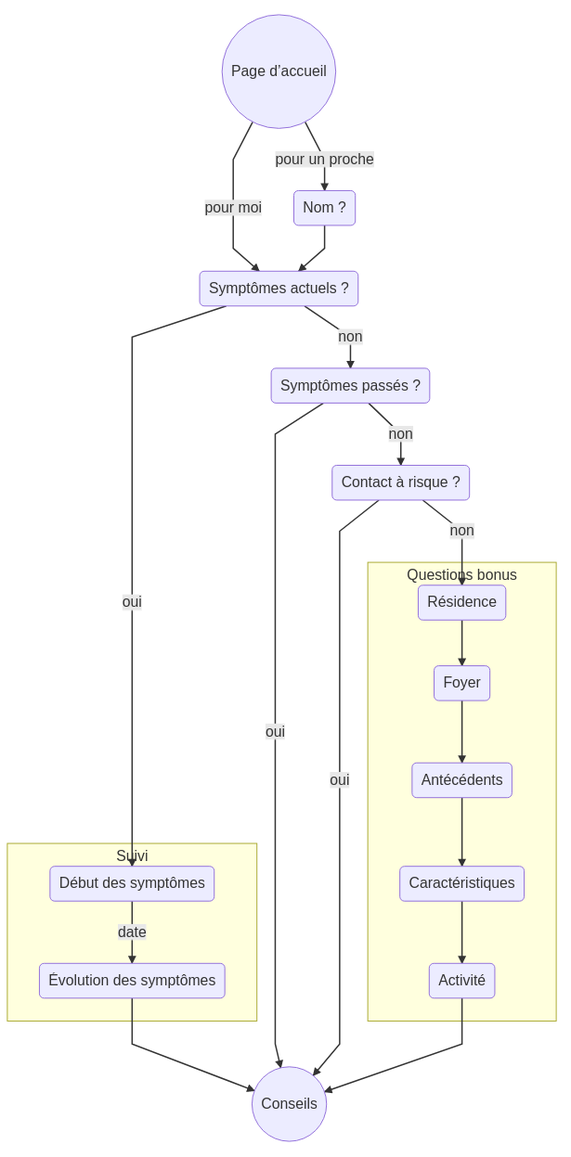
Delegation-numerique-en-sante/mesconseilscovid keeps this Mermaid diagram as diagrammes/parcours.png. Above is the earlier version. Its source is kept beside it as diagrammes/parcours.mermaid. Its diagram source:
```mermaid
graph TD
    introduction(("Page d’accueil")) -->|pour moi| symptomesactuels
    introduction(("Page d’accueil")) -->|pour un proche| nom

    nom("Nom ?") --> symptomesactuels

    symptomesactuels("Symptômes actuels ?")
    symptomesactuels -->|oui| debutsymptomes("Début des symptômes")
    symptomesactuels -->|non| symptomespasses("Symptômes passés ?")

    symptomespasses("Symptômes passés ?")
    symptomespasses -->|oui| conseils((Conseils))
    symptomespasses -->|non| contactarisque("Contact à risque ?")

    contactarisque("Contact à risque ?")
    contactarisque -->|oui| conseils((Conseils))
    contactarisque -->|non| residence(Résidence)

    subgraph Suivi
    debutsymptomes("Début des symptômes") -->|date| suivisymptomes("Évolution des symptômes")
    end

    suivisymptomes --> conseils((Conseils))
    activitepro --> conseils((Conseils))

    subgraph Questions bonus
    residence("Résidence") --> foyer("Foyer") --> antecedents("Antécédents") --> caracteristiques("Caractéristiques") --> activitepro("Activité")
    end
```
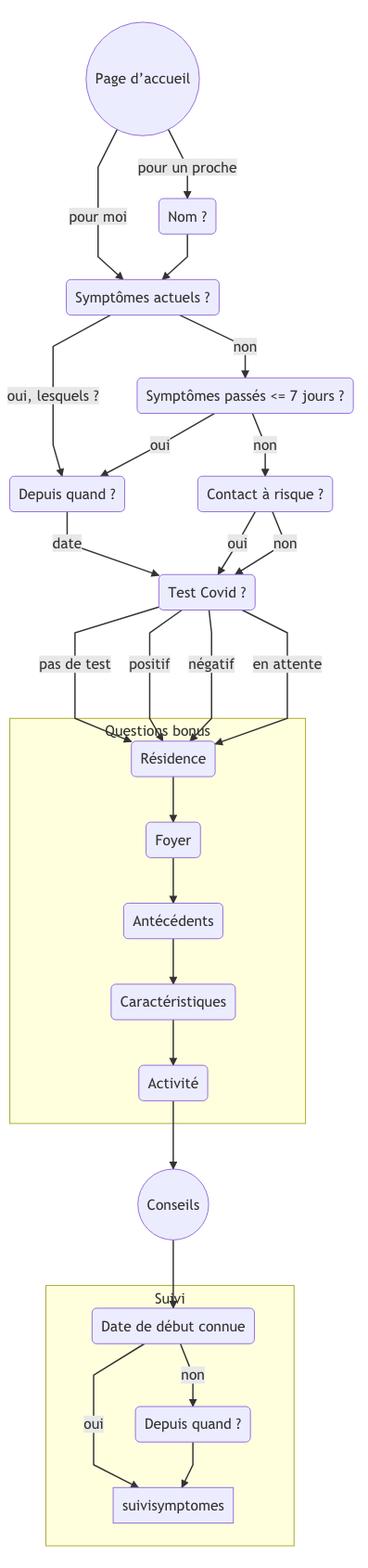
After the commit.

Commit message:
Documentation du parcours courant

Diff of the diagram source:
```diff
@@ -5,24 +5,39 @@
     nom("Nom ?") --> symptomesactuels
 
     symptomesactuels("Symptômes actuels ?")
-    symptomesactuels -->|oui| debutsymptomes("Début des symptômes")
-    symptomesactuels -->|non| symptomespasses("Symptômes passés ?")
+    symptomesactuels -->|"oui, lesquels ?"| debutsymptomes
+    symptomesactuels -->|non| symptomespasses
 
-    symptomespasses("Symptômes passés ?")
-    symptomespasses -->|oui| conseils((Conseils))
-    symptomespasses -->|non| contactarisque("Contact à risque ?")
+    symptomespasses("Symptômes passés <= 7 jours ?")
+    symptomespasses -->|oui| debutsymptomes
+    symptomespasses -->|non| contactarisque
+
+    debutsymptomes("Depuis quand ?")
+    debutsymptomes -->|date| depistage
 
     contactarisque("Contact à risque ?")
-    contactarisque -->|oui| conseils((Conseils))
-    contactarisque -->|non| residence(Résidence)
+    contactarisque -->|oui| depistage
+    contactarisque -->|non| depistage
+
+    depistage("Test Covid ?")
+    depistage --->|pas de test| residence
+    depistage --->|positif| residence
+    depistage --->|négatif| residence
+    depistage --->|en attente| residence
+
+    subgraph Questions bonus
+        residence("Résidence") --> foyer("Foyer") --> antecedents("Antécédents") --> caracteristiques("Caractéristiques") --> activitepro("Activité")
+    end
+
+    activitepro --> conseils(("Conseils"))
+
+    conseils --> debutconnu
 
     subgraph Suivi
-    debutsymptomes("Début des symptômes") -->|date| suivisymptomes("Évolution des symptômes")
+        debutconnu("Date de début connue")
+        debutconnu -->|oui| suivisymptomes
+        debutconnu -->|non| debutsymptomes2
+
+        debutsymptomes2("Depuis quand ?")
+        debutsymptomes2 --> suivisymptomes
     end
-
-    suivisymptomes --> conseils((Conseils))
-    activitepro --> conseils((Conseils))
-
-    subgraph Questions bonus
-    residence("Résidence") --> foyer("Foyer") --> antecedents("Antécédents") --> caracteristiques("Caractéristiques") --> activitepro("Activité")
-    end
```
